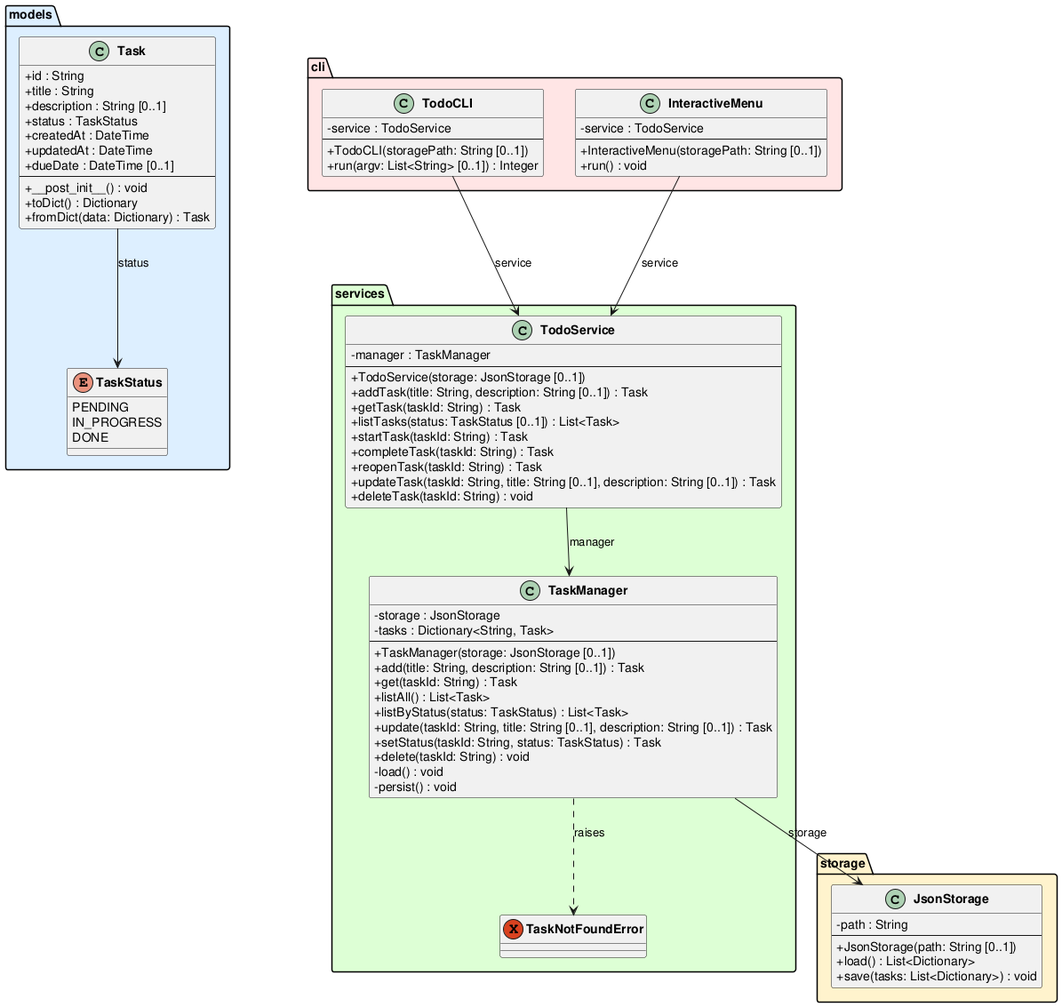
This is experiments/pipeline/test_driven/TODO/artifacts/class_diagram.png from DanielRiha8906/Software_autoevolution_using_agents, a PlantUML export, as it was before one commit.
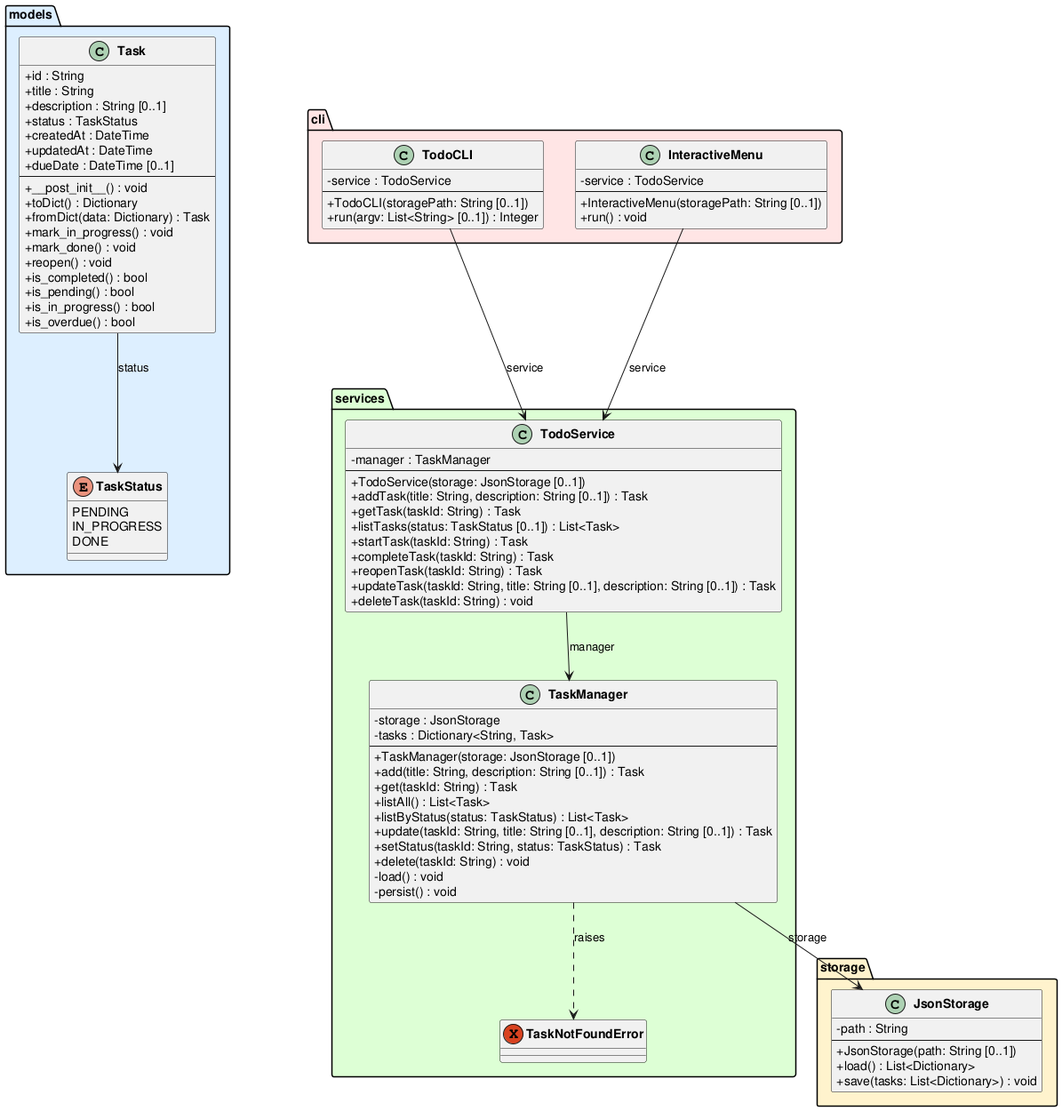
The same file after the commit.

What changed in the source:
```diff
@@ -22,6 +22,13 @@
         +__post_init__() : void
         +toDict() : Dictionary
         +fromDict(data: Dictionary) : Task
+        +mark_in_progress() : void
+        +mark_done() : void
+        +reopen() : void
+        +is_completed() : bool
+        +is_pending() : bool
+        +is_in_progress() : bool
+        +is_overdue() : bool
     }
 }
 
```
